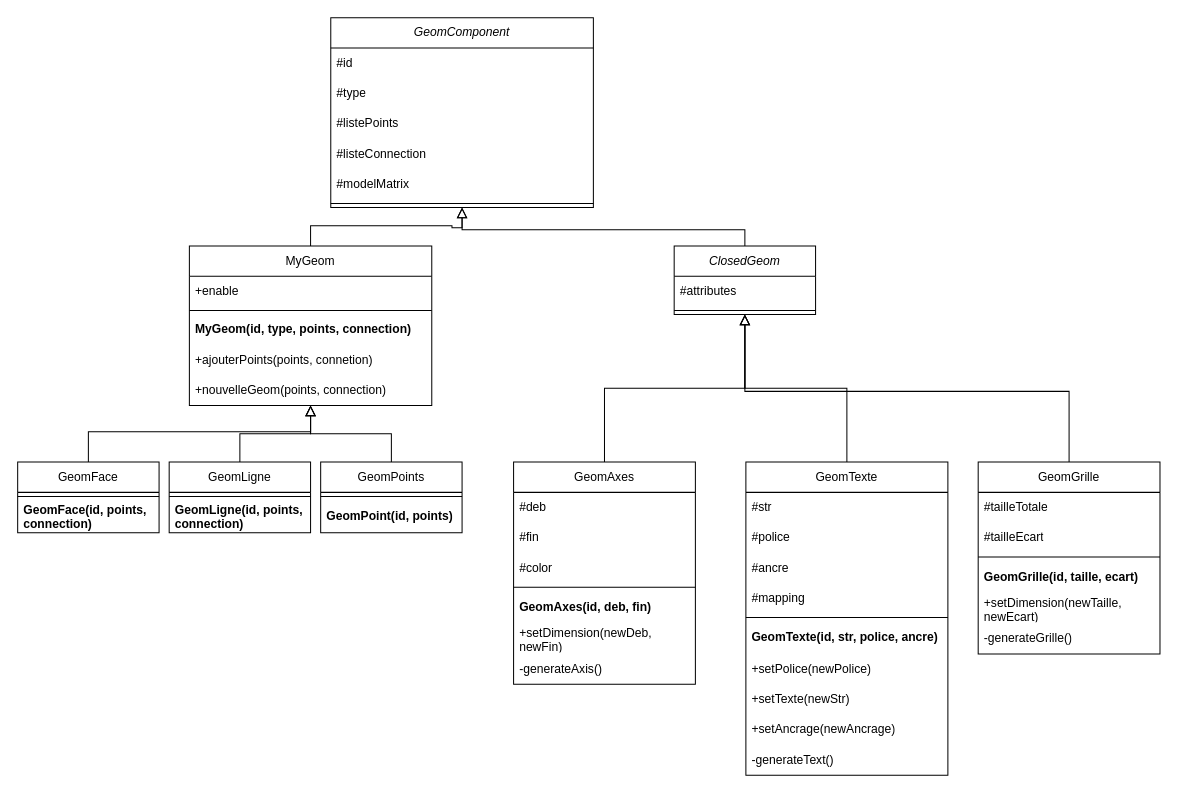
Above: Architecture/component and geometries.drawio in Alex4969/OpenGL_MatlabToolbox (draw.io), before the change. Source tidied: cells renumbered, new cells numbered last; positions are measured from the earlier drawing's top-left corner, leaving out a move shared by most shapes. Both pictures are drawn from the tidied source at 101%, with x=0, y=0 at pixel (17, 17).
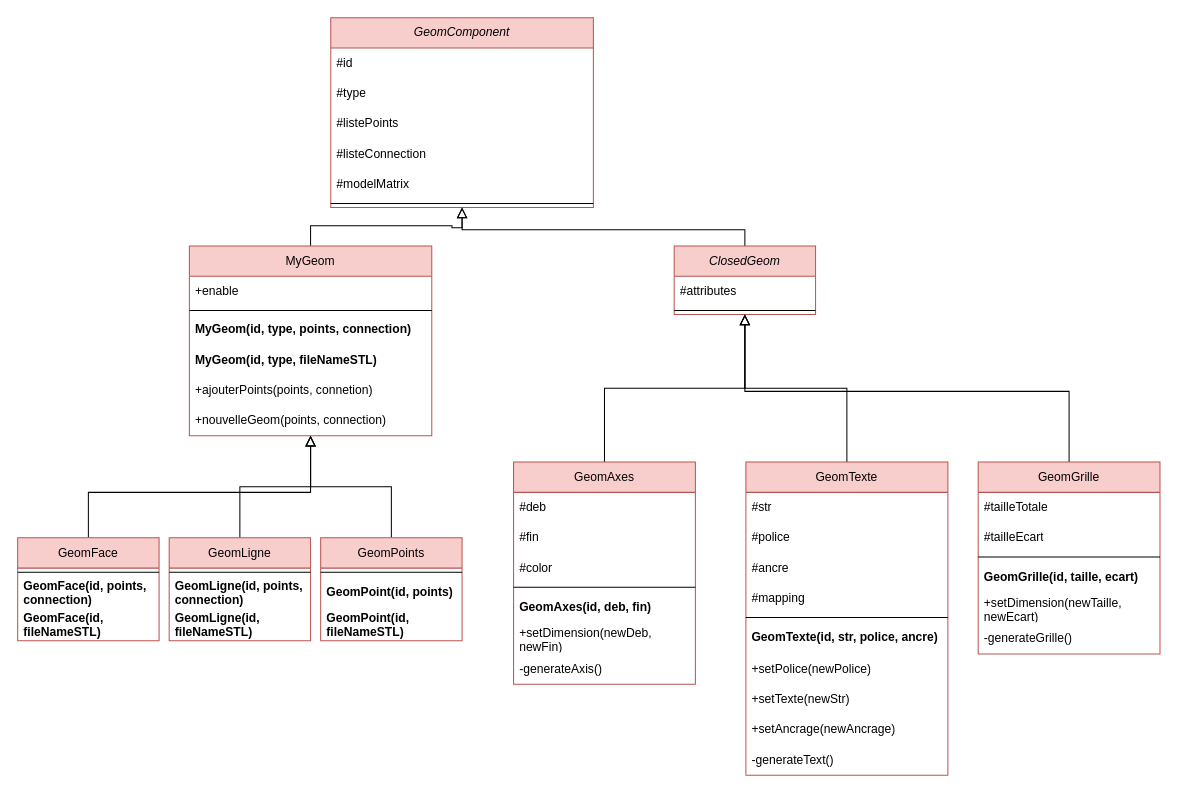
The same diagram, later.

Diff of the diagram source:
```diff
@@
-    <mxCell id="2" value="&lt;i&gt;GeomComponent&lt;/i&gt;" style="swimlane;fontStyle=0;horizontal=1;startSize=30;whiteSpace=wrap;html=1;" parent="1" vertex="1">
+    <mxCell id="2" value="&lt;i&gt;GeomComponent&lt;/i&gt;" style="swimlane;fontStyle=0;horizontal=1;startSize=30;whiteSpace=wrap;html=1;fillColor=#f8cecc;strokeColor=#b85450;" parent="1" vertex="1">
       <mxGeometry x="310" width="260" height="188" as="geometry" />
     </mxCell>
-    <mxCell id="3" value="#id" style="text;strokeColor=none;fillColor=none;align=left;verticalAlign=middle;spacingLeft=4;spacingRight=4;overflow=hidden;whiteSpace=wrap;html=1;" parent="2" vertex="1">
+    <mxCell id="3" value="#id" style="text;align=left;verticalAlign=middle;spacingLeft=4;spacingRight=4;overflow=hidden;whiteSpace=wrap;html=1;" parent="2" vertex="1">
       <mxGeometry y="30" width="260" height="30" as="geometry" />
     </mxCell>
-    <mxCell id="4" value="#type" style="text;strokeColor=none;fillColor=none;align=left;verticalAlign=middle;spacingLeft=4;spacingRight=4;overflow=hidden;whiteSpace=wrap;html=1;" parent="2" vertex="1">
+    <mxCell id="4" value="#type" style="text;align=left;verticalAlign=middle;spacingLeft=4;spacingRight=4;overflow=hidden;whiteSpace=wrap;html=1;" parent="2" vertex="1">
       <mxGeometry y="60" width="260" height="30" as="geometry" />
     </mxCell>
-    <mxCell id="5" value="#listePoints" style="text;strokeColor=none;fillColor=none;align=left;verticalAlign=middle;spacingLeft=4;spacingRight=4;overflow=hidden;whiteSpace=wrap;html=1;" parent="2" vertex="1">
+    <mxCell id="5" value="#listePoints" style="text;align=left;verticalAlign=middle;spacingLeft=4;spacingRight=4;overflow=hidden;whiteSpace=wrap;html=1;" parent="2" vertex="1">
       <mxGeometry y="90" width="260" height="30" as="geometry" />
     </mxCell>
-    <mxCell id="6" value="#listeConnection" style="text;strokeColor=none;fillColor=none;align=left;verticalAlign=middle;spacingLeft=4;spacingRight=4;overflow=hidden;whiteSpace=wrap;html=1;" parent="2" vertex="1">
+    <mxCell id="6" value="#listeConnection" style="text;align=left;verticalAlign=middle;spacingLeft=4;spacingRight=4;overflow=hidden;whiteSpace=wrap;html=1;" parent="2" vertex="1">
       <mxGeometry y="120" width="260" height="30" as="geometry" />
     </mxCell>
-    <mxCell id="7" value="#modelMatrix" style="text;strokeColor=none;fillColor=none;align=left;verticalAlign=middle;spacingLeft=4;spacingRight=4;overflow=hidden;whiteSpace=wrap;html=1;" parent="2" vertex="1">
+    <mxCell id="7" value="#modelMatrix" style="text;align=left;verticalAlign=middle;spacingLeft=4;spacingRight=4;overflow=hidden;whiteSpace=wrap;html=1;" parent="2" vertex="1">
       <mxGeometry y="150" width="260" height="30" as="geometry" />
     </mxCell>
@@
-    <mxCell id="10" value="MyGeom" style="swimlane;fontStyle=0;horizontal=1;startSize=30;whiteSpace=wrap;html=1;swimlaneLine=1;" parent="1" vertex="1">
-      <mxGeometry x="170" y="226" width="240" height="158" as="geometry" />
+    <mxCell id="10" value="MyGeom" style="swimlane;fontStyle=0;horizontal=1;startSize=30;whiteSpace=wrap;html=1;swimlaneLine=1;fillColor=#f8cecc;strokeColor=#b85450;" parent="1" vertex="1">
+      <mxGeometry x="170" y="226" width="240" height="188" as="geometry" />
     </mxCell>
-    <mxCell id="11" value="+enable" style="text;strokeColor=none;fillColor=none;align=left;verticalAlign=middle;spacingLeft=4;spacingRight=4;overflow=hidden;whiteSpace=wrap;html=1;" parent="10" vertex="1">
+    <mxCell id="11" value="+enable" style="text;align=left;verticalAlign=middle;spacingLeft=4;spacingRight=4;overflow=hidden;whiteSpace=wrap;html=1;" parent="10" vertex="1">
       <mxGeometry y="30" width="240" height="30" as="geometry" />
     </mxCell>
@@
-    <mxCell id="13" value="MyGeom(id, type, points, connection)" style="text;strokeColor=none;fillColor=none;align=left;verticalAlign=middle;spacingLeft=4;spacingRight=4;overflow=hidden;whiteSpace=wrap;html=1;fontStyle=1;" parent="10" vertex="1">
+    <mxCell id="13" value="MyGeom(id, type, points, connection)" style="text;align=left;verticalAlign=middle;spacingLeft=4;spacingRight=4;overflow=hidden;whiteSpace=wrap;html=1;fontStyle=1;" parent="10" vertex="1">
       <mxGeometry y="68" width="240" height="30" as="geometry" />
     </mxCell>
+    <mxCell id="61" value="MyGeom(id, type, fileNameSTL)" style="text;align=left;verticalAlign=middle;spacingLeft=4;spacingRight=4;overflow=hidden;whiteSpace=wrap;html=1;fontStyle=1;" parent="10" vertex="1">
+      <mxGeometry y="98" width="240" height="30" as="geometry" />
+    </mxCell>
-    <mxCell id="14" value="+ajouterPoints(points, connetion)" style="text;strokeColor=none;fillColor=none;align=left;verticalAlign=middle;spacingLeft=4;spacingRight=4;overflow=hidden;whiteSpace=wrap;html=1;" parent="10" vertex="1">
-      <mxGeometry y="98" width="240" height="30" as="geometry" />
+    <mxCell id="14" value="+ajouterPoints(points, connetion)" style="text;align=left;verticalAlign=middle;spacingLeft=4;spacingRight=4;overflow=hidden;whiteSpace=wrap;html=1;" parent="10" vertex="1">
+      <mxGeometry y="128" width="240" height="30" as="geometry" />
     </mxCell>
-    <mxCell id="15" value="+nouvelleGeom(points, connection)" style="text;strokeColor=none;fillColor=none;align=left;verticalAlign=middle;spacingLeft=4;spacingRight=4;overflow=hidden;whiteSpace=wrap;html=1;" parent="10" vertex="1">
-      <mxGeometry y="128" width="240" height="30" as="geometry" />
+    <mxCell id="15" value="+nouvelleGeom(points, connection)" style="text;align=left;verticalAlign=middle;spacingLeft=4;spacingRight=4;overflow=hidden;whiteSpace=wrap;html=1;" parent="10" vertex="1">
+      <mxGeometry y="158" width="240" height="30" as="geometry" />
     </mxCell>
     <mxCell id="16" style="edgeStyle=orthogonalEdgeStyle;rounded=0;jettySize=auto;html=1;endArrow=block;endFill=0;endSize=8;" parent="1" edge="1" source="17" target="10">
       <mxGeometry relative="1" as="geometry">
         <Array as="points">
-          <mxPoint x="70" y="410" />
-          <mxPoint x="290" y="410" />
+          <mxPoint x="70" y="470" />
+          <mxPoint x="290" y="470" />
         </Array>
       </mxGeometry>
     </mxCell>
-    <mxCell id="17" value="GeomFace" style="swimlane;fontStyle=0;horizontal=1;startSize=30;whiteSpace=wrap;html=1;swimlaneLine=1;" parent="1" vertex="1">
-      <mxGeometry y="440" width="140" height="70" as="geometry" />
+    <mxCell id="17" value="GeomFace" style="swimlane;fontStyle=0;horizontal=1;startSize=30;whiteSpace=wrap;html=1;swimlaneLine=1;fillColor=#f8cecc;strokeColor=#b85450;" parent="1" vertex="1">
+      <mxGeometry y="515" width="140" height="102" as="geometry" />
     </mxCell>
@@
-    <mxCell id="19" value="GeomFace(id, points, connection)" style="text;strokeColor=none;fillColor=none;align=left;verticalAlign=middle;spacingLeft=4;spacingRight=4;overflow=hidden;whiteSpace=wrap;html=1;fontStyle=1;" parent="17" vertex="1">
+    <mxCell id="19" value="GeomFace(id, points, connection)" style="text;align=left;verticalAlign=middle;spacingLeft=4;spacingRight=4;overflow=hidden;whiteSpace=wrap;html=1;fontStyle=1;" parent="17" vertex="1">
       <mxGeometry y="38" width="140" height="32" as="geometry" />
     </mxCell>
+    <mxCell id="62" value="GeomFace(id, fileNameSTL)" style="text;align=left;verticalAlign=middle;spacingLeft=4;spacingRight=4;overflow=hidden;whiteSpace=wrap;html=1;fontStyle=1;" parent="17" vertex="1">
+      <mxGeometry y="70" width="140" height="32" as="geometry" />
+    </mxCell>
@@
-    <mxCell id="21" value="GeomLigne" style="swimlane;fontStyle=0;horizontal=1;startSize=30;whiteSpace=wrap;html=1;swimlaneLine=1;" parent="1" vertex="1">
-      <mxGeometry x="150" y="440" width="140" height="70" as="geometry" />
+    <mxCell id="21" value="GeomLigne" style="swimlane;fontStyle=0;horizontal=1;startSize=30;whiteSpace=wrap;html=1;swimlaneLine=1;fillColor=#f8cecc;strokeColor=#b85450;" parent="1" vertex="1">
+      <mxGeometry x="150" y="515" width="140" height="102" as="geometry" />
     </mxCell>
@@
-    <mxCell id="23" value="GeomLigne(id, points, connection)" style="text;strokeColor=none;fillColor=none;align=left;verticalAlign=middle;spacingLeft=4;spacingRight=4;overflow=hidden;whiteSpace=wrap;html=1;fontStyle=1;" parent="21" vertex="1">
+    <mxCell id="23" value="GeomLigne(id, points, connection)" style="text;align=left;verticalAlign=middle;spacingLeft=4;spacingRight=4;overflow=hidden;whiteSpace=wrap;html=1;fontStyle=1;" parent="21" vertex="1">
       <mxGeometry y="38" width="140" height="32" as="geometry" />
     </mxCell>
+    <mxCell id="63" value="GeomLigne(id, fileNameSTL)" style="text;align=left;verticalAlign=middle;spacingLeft=4;spacingRight=4;overflow=hidden;whiteSpace=wrap;html=1;fontStyle=1;" parent="21" vertex="1">
+      <mxGeometry y="70" width="140" height="32" as="geometry" />
+    </mxCell>
@@
-    <mxCell id="25" value="GeomPoints" style="swimlane;fontStyle=0;horizontal=1;startSize=30;whiteSpace=wrap;html=1;swimlaneLine=1;" parent="1" vertex="1">
-      <mxGeometry x="300" y="440" width="140" height="70" as="geometry" />
+    <mxCell id="25" value="GeomPoints" style="swimlane;fontStyle=0;horizontal=1;startSize=30;whiteSpace=wrap;html=1;swimlaneLine=1;fillColor=#f8cecc;strokeColor=#b85450;" parent="1" vertex="1">
+      <mxGeometry x="300" y="515" width="140" height="102" as="geometry" />
     </mxCell>
@@
-    <mxCell id="27" value="GeomPoint(id, points)" style="text;strokeColor=none;fillColor=none;align=left;verticalAlign=middle;spacingLeft=4;spacingRight=4;overflow=hidden;whiteSpace=wrap;html=1;fontStyle=1;" parent="25" vertex="1">
+    <mxCell id="27" value="GeomPoint(id, points)" style="text;align=left;verticalAlign=middle;spacingLeft=4;spacingRight=4;overflow=hidden;whiteSpace=wrap;html=1;fontStyle=1;" parent="25" vertex="1">
       <mxGeometry y="38" width="140" height="32" as="geometry" />
     </mxCell>
+    <mxCell id="64" value="GeomPoint(id, fileNameSTL)" style="text;align=left;verticalAlign=middle;spacingLeft=4;spacingRight=4;overflow=hidden;whiteSpace=wrap;html=1;fontStyle=1;" parent="25" vertex="1">
+      <mxGeometry y="70" width="140" height="32" as="geometry" />
+    </mxCell>
@@
-    <mxCell id="29" value="&lt;i&gt;ClosedGeom&lt;/i&gt;" style="swimlane;fontStyle=0;horizontal=1;startSize=30;whiteSpace=wrap;html=1;swimlaneLine=1;" parent="1" vertex="1">
+    <mxCell id="29" value="&lt;i&gt;ClosedGeom&lt;/i&gt;" style="swimlane;fontStyle=0;horizontal=1;startSize=30;whiteSpace=wrap;html=1;swimlaneLine=1;fillColor=#f8cecc;strokeColor=#b85450;" parent="1" vertex="1">
       <mxGeometry x="650" y="226" width="140" height="68" as="geometry" />
     </mxCell>
-    <mxCell id="30" value="#attributes" style="text;strokeColor=none;fillColor=none;align=left;verticalAlign=middle;spacingLeft=4;spacingRight=4;overflow=hidden;whiteSpace=wrap;html=1;" parent="29" vertex="1">
+    <mxCell id="30" value="#attributes" style="text;align=left;verticalAlign=middle;spacingLeft=4;spacingRight=4;overflow=hidden;whiteSpace=wrap;html=1;" parent="29" vertex="1">
       <mxGeometry y="30" width="140" height="30" as="geometry" />
     </mxCell>
@@
-    <mxCell id="33" value="GeomAxes" style="swimlane;fontStyle=0;horizontal=1;startSize=30;whiteSpace=wrap;html=1;swimlaneLine=1;" parent="1" vertex="1">
+    <mxCell id="33" value="GeomAxes" style="swimlane;fontStyle=0;horizontal=1;startSize=30;whiteSpace=wrap;html=1;swimlaneLine=1;fillColor=#f8cecc;strokeColor=#b85450;" parent="1" vertex="1">
       <mxGeometry x="491" y="440" width="180" height="220" as="geometry" />
     </mxCell>
-    <mxCell id="34" value="#deb" style="text;strokeColor=none;fillColor=none;align=left;verticalAlign=middle;spacingLeft=4;spacingRight=4;overflow=hidden;whiteSpace=wrap;html=1;" parent="33" vertex="1">
+    <mxCell id="34" value="#deb" style="text;align=left;verticalAlign=middle;spacingLeft=4;spacingRight=4;overflow=hidden;whiteSpace=wrap;html=1;" parent="33" vertex="1">
       <mxGeometry y="30" width="180" height="30" as="geometry" />
     </mxCell>
-    <mxCell id="35" value="#fin" style="text;strokeColor=none;fillColor=none;align=left;verticalAlign=middle;spacingLeft=4;spacingRight=4;overflow=hidden;whiteSpace=wrap;html=1;" parent="33" vertex="1">
+    <mxCell id="35" value="#fin" style="text;align=left;verticalAlign=middle;spacingLeft=4;spacingRight=4;overflow=hidden;whiteSpace=wrap;html=1;" parent="33" vertex="1">
       <mxGeometry y="60" width="180" height="30" as="geometry" />
     </mxCell>
-    <mxCell id="36" value="#color" style="text;strokeColor=none;fillColor=none;align=left;verticalAlign=middle;spacingLeft=4;spacingRight=4;overflow=hidden;whiteSpace=wrap;html=1;" parent="33" vertex="1">
+    <mxCell id="36" value="#color" style="text;align=left;verticalAlign=middle;spacingLeft=4;spacingRight=4;overflow=hidden;whiteSpace=wrap;html=1;" parent="33" vertex="1">
       <mxGeometry y="90" width="180" height="30" as="geometry" />
     </mxCell>
@@
-    <mxCell id="38" value="GeomAxes(id, deb, fin)" style="text;strokeColor=none;fillColor=none;align=left;verticalAlign=middle;spacingLeft=4;spacingRight=4;overflow=hidden;whiteSpace=wrap;html=1;fontStyle=1;" parent="33" vertex="1">
+    <mxCell id="38" value="GeomAxes(id, deb, fin)" style="text;align=left;verticalAlign=middle;spacingLeft=4;spacingRight=4;overflow=hidden;whiteSpace=wrap;html=1;fontStyle=1;" parent="33" vertex="1">
       <mxGeometry y="128" width="180" height="32" as="geometry" />
     </mxCell>
-    <mxCell id="39" value="+setDimension(newDeb, newFin)" style="text;strokeColor=none;fillColor=none;align=left;verticalAlign=middle;spacingLeft=4;spacingRight=4;overflow=hidden;whiteSpace=wrap;html=1;" parent="33" vertex="1">
+    <mxCell id="39" value="+setDimension(newDeb, newFin)" style="text;align=left;verticalAlign=middle;spacingLeft=4;spacingRight=4;overflow=hidden;whiteSpace=wrap;html=1;" parent="33" vertex="1">
       <mxGeometry y="160" width="180" height="30" as="geometry" />
     </mxCell>
-    <mxCell id="40" value="-generateAxis()" style="text;strokeColor=none;fillColor=none;align=left;verticalAlign=middle;spacingLeft=4;spacingRight=4;overflow=hidden;whiteSpace=wrap;html=1;" parent="33" vertex="1">
+    <mxCell id="40" value="-generateAxis()" style="text;align=left;verticalAlign=middle;spacingLeft=4;spacingRight=4;overflow=hidden;whiteSpace=wrap;html=1;" parent="33" vertex="1">
       <mxGeometry y="190" width="180" height="30" as="geometry" />
     </mxCell>
@@
-    <mxCell id="42" value="GeomTexte" style="swimlane;fontStyle=0;horizontal=1;startSize=30;whiteSpace=wrap;html=1;swimlaneLine=1;" parent="1" vertex="1">
+    <mxCell id="42" value="GeomTexte" style="swimlane;fontStyle=0;horizontal=1;startSize=30;whiteSpace=wrap;html=1;swimlaneLine=1;fillColor=#f8cecc;strokeColor=#b85450;" parent="1" vertex="1">
       <mxGeometry x="721" y="440" width="200" height="310" as="geometry" />
     </mxCell>
-    <mxCell id="43" value="#str" style="text;strokeColor=none;fillColor=none;align=left;verticalAlign=middle;spacingLeft=4;spacingRight=4;overflow=hidden;whiteSpace=wrap;html=1;" parent="42" vertex="1">
+    <mxCell id="43" value="#str" style="text;align=left;verticalAlign=middle;spacingLeft=4;spacingRight=4;overflow=hidden;whiteSpace=wrap;html=1;" parent="42" vertex="1">
       <mxGeometry y="30" width="200" height="30" as="geometry" />
     </mxCell>
-    <mxCell id="44" value="#police" style="text;strokeColor=none;fillColor=none;align=left;verticalAlign=middle;spacingLeft=4;spacingRight=4;overflow=hidden;whiteSpace=wrap;html=1;" parent="42" vertex="1">
+    <mxCell id="44" value="#police" style="text;align=left;verticalAlign=middle;spacingLeft=4;spacingRight=4;overflow=hidden;whiteSpace=wrap;html=1;" parent="42" vertex="1">
       <mxGeometry y="60" width="200" height="30" as="geometry" />
     </mxCell>
-    <mxCell id="45" value="#ancre" style="text;strokeColor=none;fillColor=none;align=left;verticalAlign=middle;spacingLeft=4;spacingRight=4;overflow=hidden;whiteSpace=wrap;html=1;" parent="42" vertex="1">
+    <mxCell id="45" value="#ancre" style="text;align=left;verticalAlign=middle;spacingLeft=4;spacingRight=4;overflow=hidden;whiteSpace=wrap;html=1;" parent="42" vertex="1">
       <mxGeometry y="90" width="200" height="30" as="geometry" />
     </mxCell>
-    <mxCell id="46" value="#mapping" style="text;strokeColor=none;fillColor=none;align=left;verticalAlign=middle;spacingLeft=4;spacingRight=4;overflow=hidden;whiteSpace=wrap;html=1;" parent="42" vertex="1">
+    <mxCell id="46" value="#mapping" style="text;align=left;verticalAlign=middle;spacingLeft=4;spacingRight=4;overflow=hidden;whiteSpace=wrap;html=1;" parent="42" vertex="1">
       <mxGeometry y="120" width="200" height="30" as="geometry" />
     </mxCell>
@@
-    <mxCell id="48" value="GeomTexte(id, str, police, ancre)" style="text;strokeColor=none;fillColor=none;align=left;verticalAlign=middle;spacingLeft=4;spacingRight=4;overflow=hidden;whiteSpace=wrap;html=1;fontStyle=1;" parent="42" vertex="1">
+    <mxCell id="48" value="GeomTexte(id, str, police, ancre)" style="text;align=left;verticalAlign=middle;spacingLeft=4;spacingRight=4;overflow=hidden;whiteSpace=wrap;html=1;fontStyle=1;" parent="42" vertex="1">
       <mxGeometry y="158" width="200" height="32" as="geometry" />
     </mxCell>
-    <mxCell id="49" value="+setPolice(newPolice)" style="text;strokeColor=none;fillColor=none;align=left;verticalAlign=middle;spacingLeft=4;spacingRight=4;overflow=hidden;whiteSpace=wrap;html=1;" parent="42" vertex="1">
+    <mxCell id="49" value="+setPolice(newPolice)" style="text;align=left;verticalAlign=middle;spacingLeft=4;spacingRight=4;overflow=hidden;whiteSpace=wrap;html=1;" parent="42" vertex="1">
       <mxGeometry y="190" width="200" height="30" as="geometry" />
     </mxCell>
-    <mxCell id="50" value="+setTexte(newStr)" style="text;strokeColor=none;fillColor=none;align=left;verticalAlign=middle;spacingLeft=4;spacingRight=4;overflow=hidden;whiteSpace=wrap;html=1;" parent="42" vertex="1">
+    <mxCell id="50" value="+setTexte(newStr)" style="text;align=left;verticalAlign=middle;spacingLeft=4;spacingRight=4;overflow=hidden;whiteSpace=wrap;html=1;" parent="42" vertex="1">
       <mxGeometry y="220" width="200" height="30" as="geometry" />
     </mxCell>
-    <mxCell id="51" value="+setAncrage(newAncrage)" style="text;strokeColor=none;fillColor=none;align=left;verticalAlign=middle;spacingLeft=4;spacingRight=4;overflow=hidden;whiteSpace=wrap;html=1;" parent="42" vertex="1">
+    <mxCell id="51" value="+setAncrage(newAncrage)" style="text;align=left;verticalAlign=middle;spacingLeft=4;spacingRight=4;overflow=hidden;whiteSpace=wrap;html=1;" parent="42" vertex="1">
       <mxGeometry y="250" width="200" height="30" as="geometry" />
     </mxCell>
-    <mxCell id="52" value="-generateText()" style="text;strokeColor=none;fillColor=none;align=left;verticalAlign=middle;spacingLeft=4;spacingRight=4;overflow=hidden;whiteSpace=wrap;html=1;" parent="42" vertex="1">
+    <mxCell id="52" value="-generateText()" style="text;align=left;verticalAlign=middle;spacingLeft=4;spacingRight=4;overflow=hidden;whiteSpace=wrap;html=1;" parent="42" vertex="1">
       <mxGeometry y="280" width="200" height="30" as="geometry" />
     </mxCell>
@@
-    <mxCell id="54" value="GeomGrille" style="swimlane;fontStyle=0;horizontal=1;startSize=30;whiteSpace=wrap;html=1;swimlaneLine=1;" parent="1" vertex="1">
+    <mxCell id="54" value="GeomGrille" style="swimlane;fontStyle=0;horizontal=1;startSize=30;whiteSpace=wrap;html=1;swimlaneLine=1;fillColor=#f8cecc;strokeColor=#b85450;" parent="1" vertex="1">
       <mxGeometry x="951" y="440" width="180" height="190" as="geometry" />
     </mxCell>
-    <mxCell id="55" value="#tailleTotale" style="text;strokeColor=none;fillColor=none;align=left;verticalAlign=middle;spacingLeft=4;spacingRight=4;overflow=hidden;whiteSpace=wrap;html=1;" parent="54" vertex="1">
+    <mxCell id="55" value="#tailleTotale" style="text;align=left;verticalAlign=middle;spacingLeft=4;spacingRight=4;overflow=hidden;whiteSpace=wrap;html=1;" parent="54" vertex="1">
       <mxGeometry y="30" width="180" height="30" as="geometry" />
     </mxCell>
-    <mxCell id="56" value="#tailleEcart" style="text;strokeColor=none;fillColor=none;align=left;verticalAlign=middle;spacingLeft=4;spacingRight=4;overflow=hidden;whiteSpace=wrap;html=1;" parent="54" vertex="1">
+    <mxCell id="56" value="#tailleEcart" style="text;align=left;verticalAlign=middle;spacingLeft=4;spacingRight=4;overflow=hidden;whiteSpace=wrap;html=1;" parent="54" vertex="1">
       <mxGeometry y="60" width="180" height="30" as="geometry" />
     </mxCell>
@@
-    <mxCell id="58" value="GeomGrille(id, taille, ecart)" style="text;strokeColor=none;fillColor=none;align=left;verticalAlign=middle;spacingLeft=4;spacingRight=4;overflow=hidden;whiteSpace=wrap;html=1;fontStyle=1;" parent="54" vertex="1">
+    <mxCell id="58" value="GeomGrille(id, taille, ecart)" style="text;align=left;verticalAlign=middle;spacingLeft=4;spacingRight=4;overflow=hidden;whiteSpace=wrap;html=1;fontStyle=1;" parent="54" vertex="1">
       <mxGeometry y="98" width="180" height="32" as="geometry" />
     </mxCell>
-    <mxCell id="59" value="+setDimension(newTaille, newEcart)" style="text;strokeColor=none;fillColor=none;align=left;verticalAlign=middle;spacingLeft=4;spacingRight=4;overflow=hidden;whiteSpace=wrap;html=1;" parent="54" vertex="1">
+    <mxCell id="59" value="+setDimension(newTaille, newEcart)" style="text;align=left;verticalAlign=middle;spacingLeft=4;spacingRight=4;overflow=hidden;whiteSpace=wrap;html=1;" parent="54" vertex="1">
       <mxGeometry y="130" width="180" height="30" as="geometry" />
     </mxCell>
-    <mxCell id="60" value="-generateGrille()" style="text;strokeColor=none;fillColor=none;align=left;verticalAlign=middle;spacingLeft=4;spacingRight=4;overflow=hidden;whiteSpace=wrap;html=1;" parent="54" vertex="1">
+    <mxCell id="60" value="-generateGrille()" style="text;align=left;verticalAlign=middle;spacingLeft=4;spacingRight=4;overflow=hidden;whiteSpace=wrap;html=1;" parent="54" vertex="1">
       <mxGeometry y="160" width="180" height="30" as="geometry" />
     </mxCell>
```
